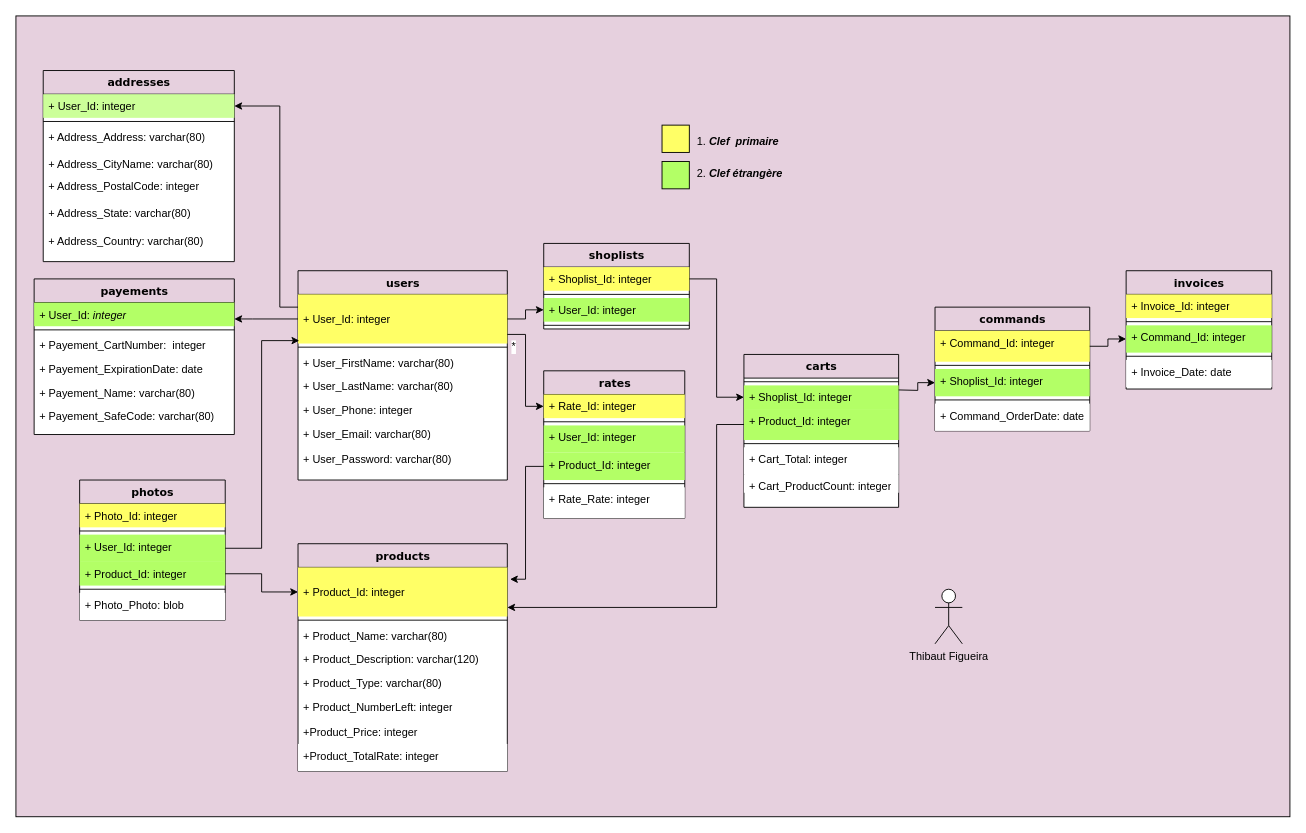
Earlier version of the draw.io diagram DMC.drawio (justachips/e-commerce-sql). Source tidied: cells renumbered, new cells numbered last; positions are measured from the earlier drawing's top-left corner, leaving out a move shared by most shapes. Both pictures are drawn from the tidied source at 91%, with x=0, y=0 at pixel (15, 15).
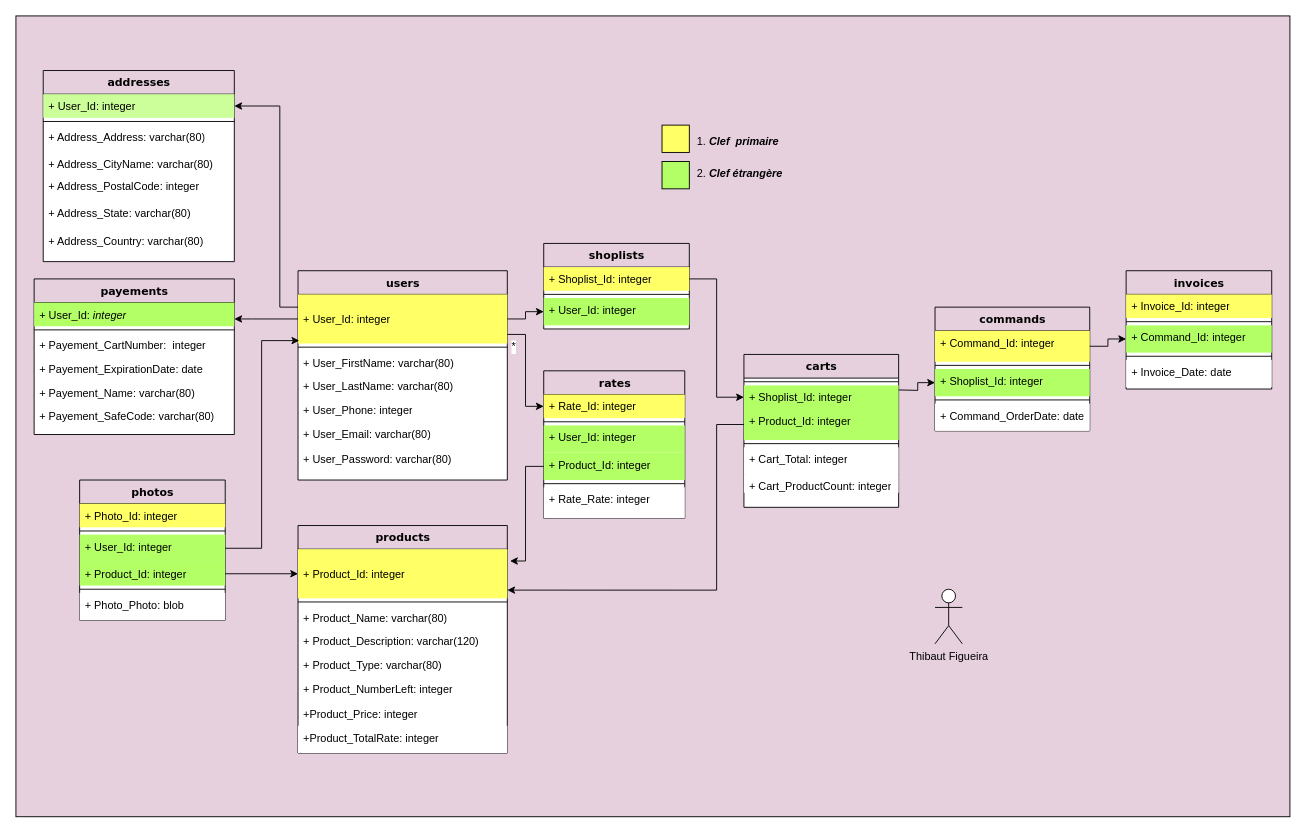
The same page after the edit.

Unchanged cells that the change refers to:
```xml
<mxCell id="20" value="&lt;br&gt;+ Product_Id: integer" style="text;html=1;strokeColor=none;fillColor=#FFFF66;align=left;verticalAlign=top;spacingLeft=4;spacingRight=4;whiteSpace=wrap;overflow=hidden;points=[[0,0.5],[1,0.5]];portConstraint=eastwest;" parent="19" vertex="1">
  <mxGeometry y="26" width="230" height="54" as="geometry" />
</mxCell>
<mxCell id="50" value="+ Product_Id: integer" style="text;html=1;strokeColor=none;fillColor=#B3FF66;align=left;verticalAlign=top;spacingLeft=4;spacingRight=4;whiteSpace=wrap;overflow=hidden;points=[[0,0.5],[1,0.5]];portConstraint=eastwest;" parent="47" vertex="1">
  <mxGeometry y="60" width="170" height="34" as="geometry" />
</mxCell>
<mxCell id="80" value="shoplists" style="swimlane;html=1;fontStyle=1;align=center;verticalAlign=top;horizontal=1;startSize=26;swimlaneFillColor=#ffffff;rounded=0;shadow=0;comic=0;labelBackgroundColor=none;strokeWidth=1;fillColor=none;fontFamily=Verdana;fontSize=12;" parent="1" vertex="1">
  <mxGeometry x="580" y="250" width="160" height="94" as="geometry" />
</mxCell>
```

The edit, as a diff of the source:
```diff
@@
     <mxCell id="19" value="products" style="swimlane;html=1;fontStyle=1;align=center;verticalAlign=top;horizontal=1;startSize=26;swimlaneFillColor=#ffffff;rounded=0;shadow=0;comic=0;labelBackgroundColor=none;strokeWidth=1;fillColor=none;fontFamily=Verdana;fontSize=12;" parent="1" vertex="1">
-      <mxGeometry x="310" y="580" width="230" height="250" as="geometry" />
+      <mxGeometry x="310" y="560" width="230" height="250" as="geometry" />
     </mxCell>
@@
     <mxCell id="83" value="+ User_Id: integer" style="text;html=1;strokeColor=none;fillColor=#B3FF66;align=left;verticalAlign=top;spacingLeft=4;spacingRight=4;whiteSpace=wrap;overflow=hidden;points=[[0,0.5],[1,0.5]];portConstraint=eastwest;" parent="80" vertex="1">
-      <mxGeometry y="60" width="160" height="26" as="geometry" />
+      <mxGeometry y="60" width="160" height="30" as="geometry" />
     </mxCell>
-    <mxCell id="84" style="line;html=1;strokeWidth=1;fillColor=none;align=left;verticalAlign=middle;spacingTop=-1;spacingLeft=3;spacingRight=3;labelPosition=right;" parent="80" vertex="1">
-      <mxGeometry y="86" width="160" height="8" as="geometry" />
-    </mxCell>
@@
-    <mxCell id="87" style="edgeStyle=orthogonalEdgeStyle;rounded=0;jettySize=auto;html=1;" parent="1" edge="1" source="50" target="20">
+    <mxCell id="87" style="edgeStyle=orthogonalEdgeStyle;rounded=0;jettySize=auto;html=1;entryX=1;entryY=0.833;entryDx=0;entryDy=0;entryPerimeter=0;" parent="1" edge="1" source="50" target="20">
       <mxGeometry relative="1" as="geometry">
         <Array as="points">
           <mxPoint x="770" y="449" />
-          <mxPoint x="770" y="650" />
+          <mxPoint x="770" y="631" />
         </Array>
       </mxGeometry>
     </mxCell>
```
